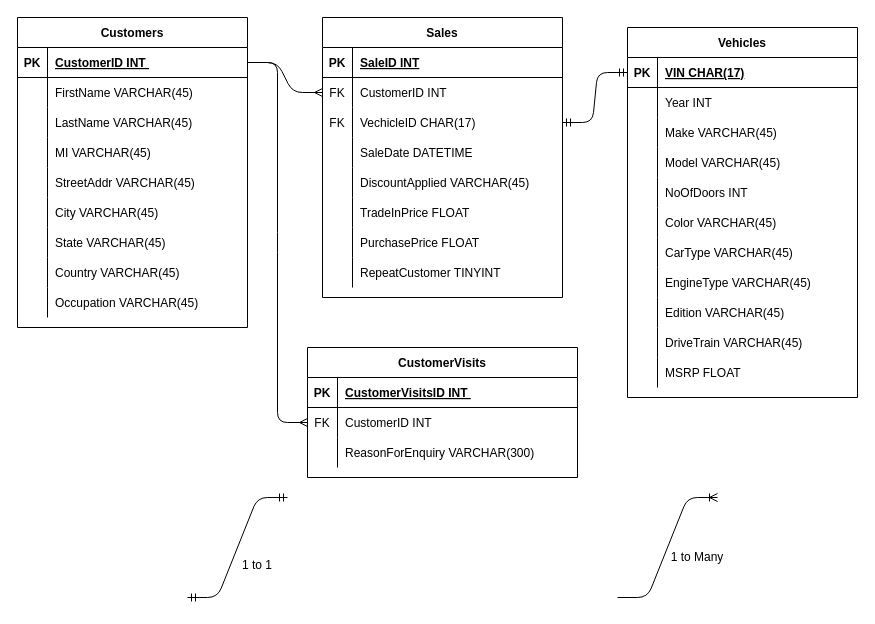
The draw.io diagram Untitled Diagram.drawio in vamsi-kavuri/Utils, before the edit. Source tidied: cells renumbered, new cells numbered last; positions are measured from the earlier drawing's top-left corner, leaving out a move shared by most shapes. Both pictures are drawn from the tidied source at 100%, with x=0, y=0 at pixel (17, 17).
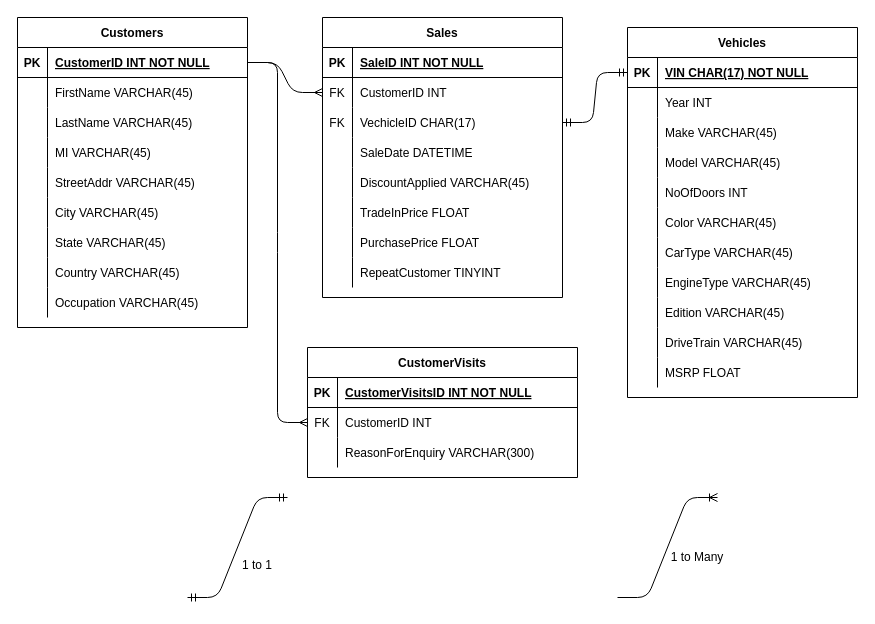
After the change.

Unchanged cells that the change refers to:
```xml
<mxCell id="3" style="shape=partialRectangle;fillColor=none;points=[[0,0.5],[1,0.5]];portConstraint=eastwest;top=0;left=0;right=0;bottom=1;" parent="2" vertex="1">
  <mxGeometry y="30" width="230" height="30" as="geometry" />
</mxCell>
<mxCell id="33" style="shape=partialRectangle;fillColor=none;top=0;left=0;right=0;bottom=1;" parent="32" vertex="1">
  <mxGeometry y="30" width="240" height="30" as="geometry" />
</mxCell>
<mxCell id="58" style="shape=partialRectangle;fillColor=none;top=0;left=0;right=0;bottom=1;" parent="57" vertex="1">
  <mxGeometry y="30" width="270" height="30" as="geometry" />
</mxCell>
<mxCell id="69" style="shape=partialRectangle;fillColor=none;points=[[0,0.5],[1,0.5]];portConstraint=eastwest;top=0;left=0;right=0;bottom=1;" parent="68" vertex="1">
  <mxGeometry y="30" width="230" height="30" as="geometry" />
</mxCell>
```

What changed in the source:
```diff
@@
-    <mxCell id="5" value="CustomerID INT " style="shape=partialRectangle;overflow=hidden;fillColor=none;top=0;left=0;bottom=0;right=0;align=left;spacingLeft=6;fontStyle=5;" parent="3" vertex="1">
+    <mxCell id="5" value="CustomerID INT NOT NULL" style="shape=partialRectangle;overflow=hidden;fillColor=none;top=0;left=0;bottom=0;right=0;align=left;spacingLeft=6;fontStyle=5;" parent="3" vertex="1">
       <mxGeometry x="30" width="200" height="30" as="geometry" />
     </mxCell>
@@
-    <mxCell id="35" value="SaleID INT" style="shape=partialRectangle;overflow=hidden;fillColor=none;top=0;left=0;bottom=0;right=0;align=left;spacingLeft=6;fontStyle=5;" parent="33" vertex="1">
+    <mxCell id="35" value="SaleID INT NOT NULL" style="shape=partialRectangle;overflow=hidden;fillColor=none;top=0;left=0;bottom=0;right=0;align=left;spacingLeft=6;fontStyle=5;" parent="33" vertex="1">
       <mxGeometry x="30" width="210" height="30" as="geometry" />
     </mxCell>
@@
-    <mxCell id="60" value="CustomerVisitsID INT " style="shape=partialRectangle;overflow=hidden;fillColor=none;top=0;left=0;bottom=0;right=0;align=left;spacingLeft=6;fontStyle=5;" parent="58" vertex="1">
+    <mxCell id="60" value="CustomerVisitsID INT NOT NULL" style="shape=partialRectangle;overflow=hidden;fillColor=none;top=0;left=0;bottom=0;right=0;align=left;spacingLeft=6;fontStyle=5;" parent="58" vertex="1">
       <mxGeometry x="30" width="240" height="30" as="geometry" />
     </mxCell>
@@
-    <mxCell id="71" value="VIN CHAR(17)" style="shape=partialRectangle;overflow=hidden;fillColor=none;top=0;left=0;bottom=0;right=0;align=left;spacingLeft=6;fontStyle=5;" parent="69" vertex="1">
+    <mxCell id="71" value="VIN CHAR(17) NOT NULL" style="shape=partialRectangle;overflow=hidden;fillColor=none;top=0;left=0;bottom=0;right=0;align=left;spacingLeft=6;fontStyle=5;" parent="69" vertex="1">
       <mxGeometry x="30" width="200" height="30" as="geometry" />
     </mxCell>
```
